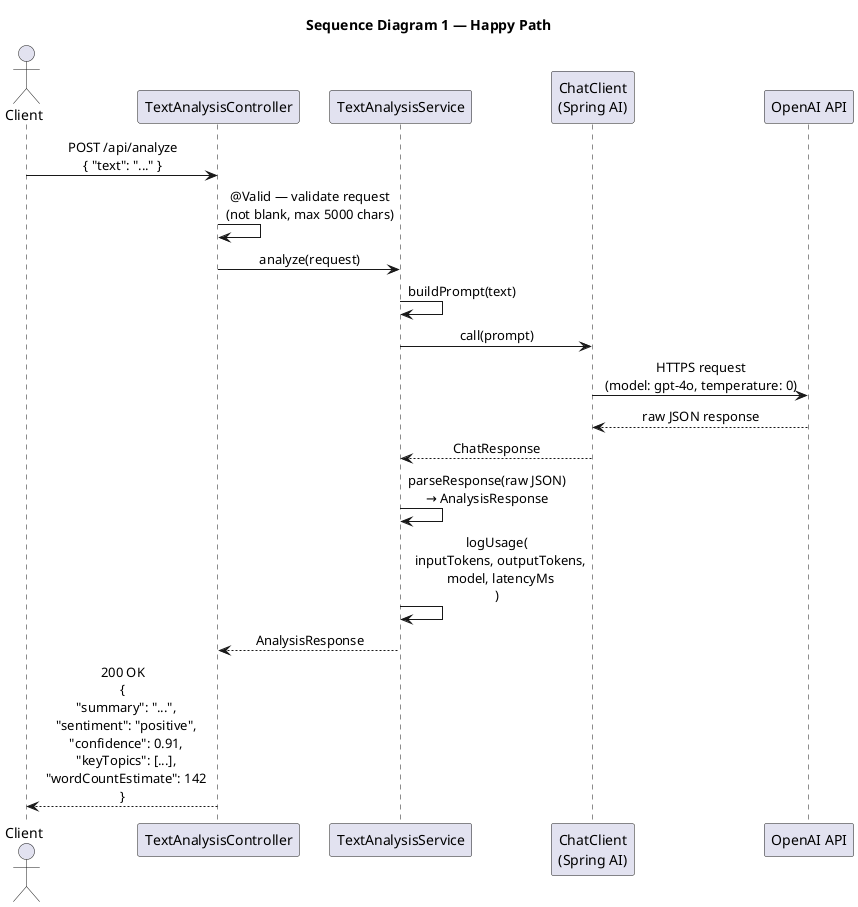
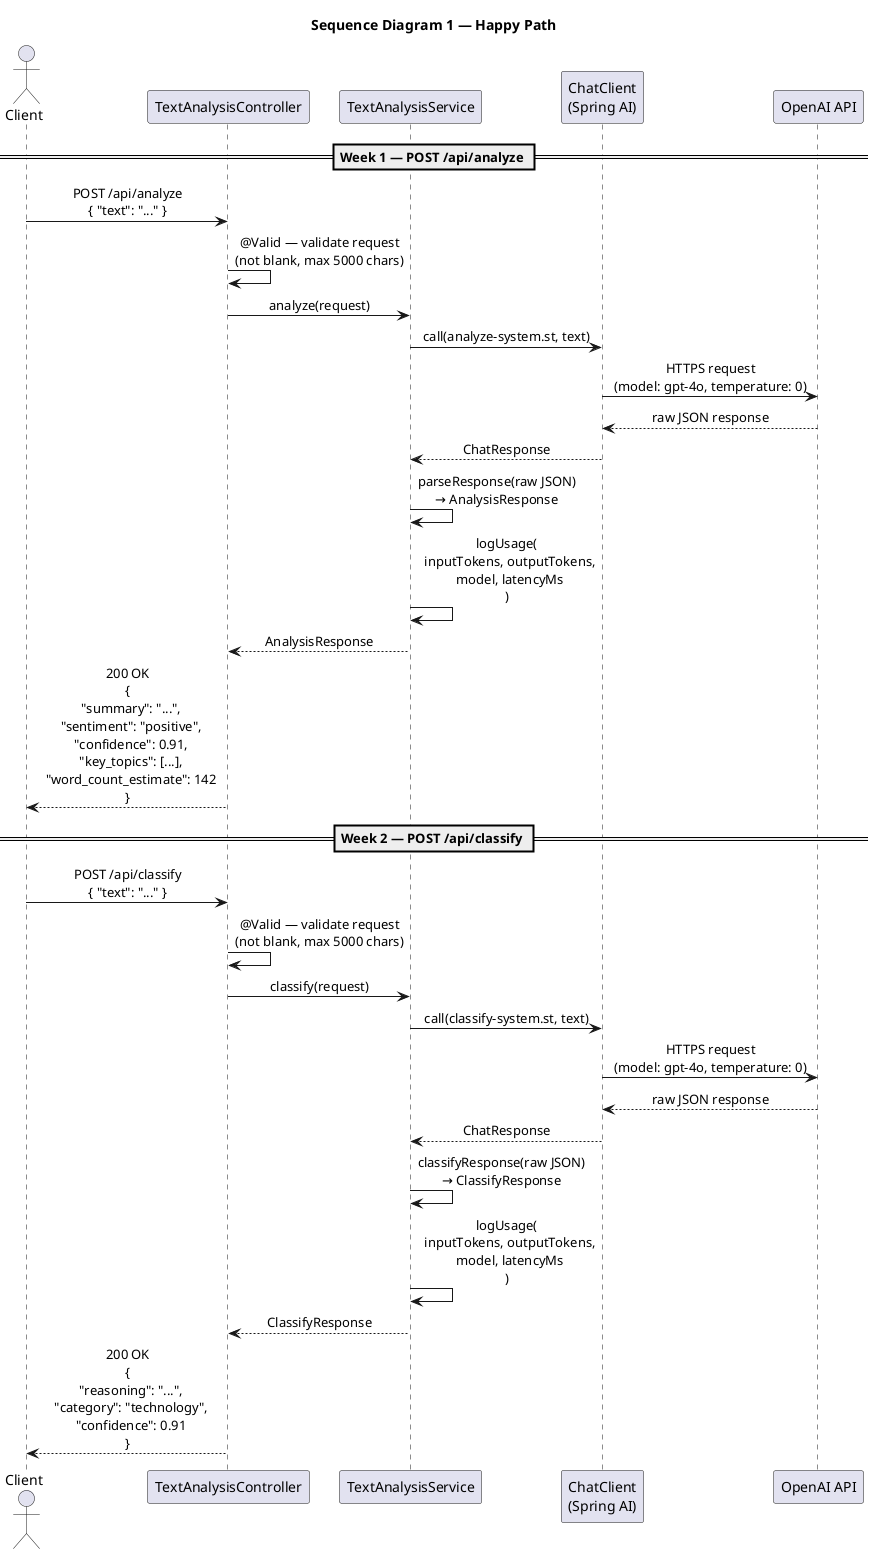
@startuml sequence-happy-path

title Sequence Diagram 1 — Happy Path

skinparam sequenceMessageAlign center
skinparam responseMessageBelowArrow true

actor       Client
participant "TextAnalysisController" as Controller
participant "TextAnalysisService"    as Service
participant "ChatClient\n(Spring AI)" as ChatClient
participant "OpenAI API"             as OpenAI

+ == Week 1 — POST /api/analyze ==
+ 
Client -> Controller : POST /api/analyze\n{ "text": "..." }

Controller -> Controller : @Valid — validate request\n(not blank, max 5000 chars)

Controller -> Service : analyze(request)

- Service -> Service : buildPrompt(text)
- 
- Service -> ChatClient : call(prompt)
+ Service -> ChatClient : call(analyze-system.st, text)

ChatClient -> OpenAI : HTTPS request\n(model: gpt-4o, temperature: 0)

OpenAI --> ChatClient : raw JSON response

ChatClient --> Service : ChatResponse

Service -> Service : parseResponse(raw JSON)\n→ AnalysisResponse

Service -> Service : logUsage(\n  inputTokens, outputTokens,\n  model, latencyMs\n)

Service --> Controller : AnalysisResponse

- Controller --> Client : 200 OK\n{\n  "summary": "...",\n  "sentiment": "positive",\n  "confidence": 0.91,\n  "keyTopics": [...],\n  "wordCountEstimate": 142\n}
+ Controller --> Client : 200 OK\n{\n  "summary": "...",\n  "sentiment": "positive",\n  "confidence": 0.91,\n  "key_topics": [...],\n  "word_count_estimate": 142\n}
+ 
+ == Week 2 — POST /api/classify ==
+ 
+ Client -> Controller : POST /api/classify\n{ "text": "..." }
+ 
+ Controller -> Controller : @Valid — validate request\n(not blank, max 5000 chars)
+ 
+ Controller -> Service : classify(request)
+ 
+ Service -> ChatClient : call(classify-system.st, text)
+ 
+ ChatClient -> OpenAI : HTTPS request\n(model: gpt-4o, temperature: 0)
+ 
+ OpenAI --> ChatClient : raw JSON response
+ 
+ ChatClient --> Service : ChatResponse
+ 
+ Service -> Service : classifyResponse(raw JSON)\n→ ClassifyResponse
+ 
+ Service -> Service : logUsage(\n  inputTokens, outputTokens,\n  model, latencyMs\n)
+ 
+ Service --> Controller : ClassifyResponse
+ 
+ Controller --> Client : 200 OK\n{\n  "reasoning": "...",\n  "category": "technology",\n  "confidence": 0.91\n}

@enduml
